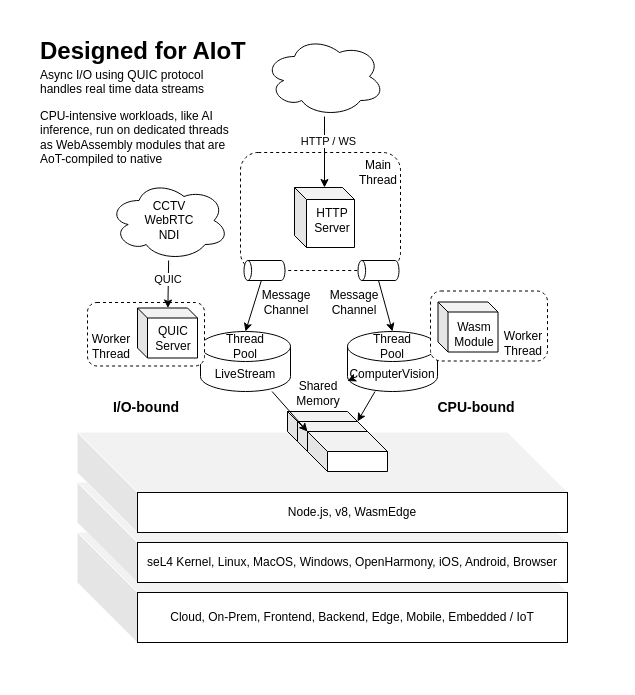
Above: page "Copy of aiot" (1 of 6) of public/arch.drawio in module-federation/aegis-host (draw.io), before the change. Source tidied: cells renumbered, new cells numbered last; positions are measured from the earlier drawing's top-left corner, leaving out a move shared by most shapes. Both pictures are drawn from the tidied source at 100%, with x=0, y=0 at pixel (35, 31).
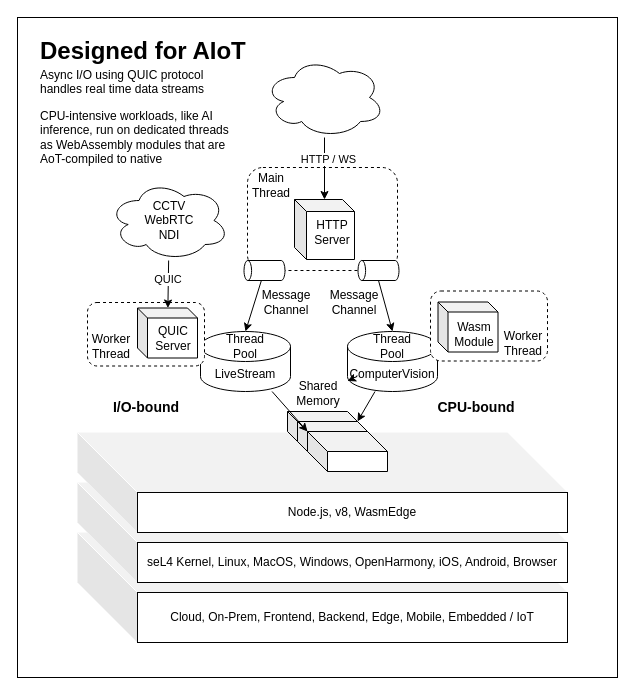
Above is the later version.

The edit, as a diff of the source:
```diff
@@
+    <mxCell id="48" style="whiteSpace=wrap;html=1;" parent="1" vertex="1">
+      <mxGeometry x="-18" y="-14" width="600" height="660" as="geometry" />
+    </mxCell>
@@
     <mxCell id="6" style="rounded=1;whiteSpace=wrap;html=1;dashed=1;" parent="1" vertex="1">
-      <mxGeometry x="205" y="121" width="160" height="118" as="geometry" />
+      <mxGeometry x="212" y="136" width="150" height="103" as="geometry" />
     </mxCell>
@@
     <mxCell id="14" value="Main Thread" style="text;html=1;strokeColor=none;fillColor=none;align=center;verticalAlign=middle;whiteSpace=wrap;rounded=0;" parent="1" vertex="1">
-      <mxGeometry x="313" y="126" width="60" height="30" as="geometry" />
+      <mxGeometry x="206" y="139" width="60" height="30" as="geometry" />
     </mxCell>
@@
     <mxCell id="21" style="shape=cube;whiteSpace=wrap;html=1;boundedLbl=1;backgroundOutline=1;darkOpacity=0.05;darkOpacity2=0.1;size=12;" parent="1" vertex="1">
-      <mxGeometry x="259" y="156" width="60" height="60" as="geometry" />
+      <mxGeometry x="259" y="168" width="60" height="60" as="geometry" />
     </mxCell>
     <mxCell id="22" value="HTTP&lt;br&gt;Server" style="text;html=1;strokeColor=none;fillColor=none;align=center;verticalAlign=middle;whiteSpace=wrap;rounded=0;" parent="1" vertex="1">
-      <mxGeometry x="267" y="174" width="60" height="30" as="geometry" />
+      <mxGeometry x="267" y="186" width="60" height="30" as="geometry" />
     </mxCell>
     <mxCell id="23" style="ellipse;shape=cloud;whiteSpace=wrap;html=1;" parent="1" vertex="1">
-      <mxGeometry x="229" y="5" width="120" height="80" as="geometry" />
+      <mxGeometry x="229" y="26" width="120" height="80" as="geometry" />
     </mxCell>
```
